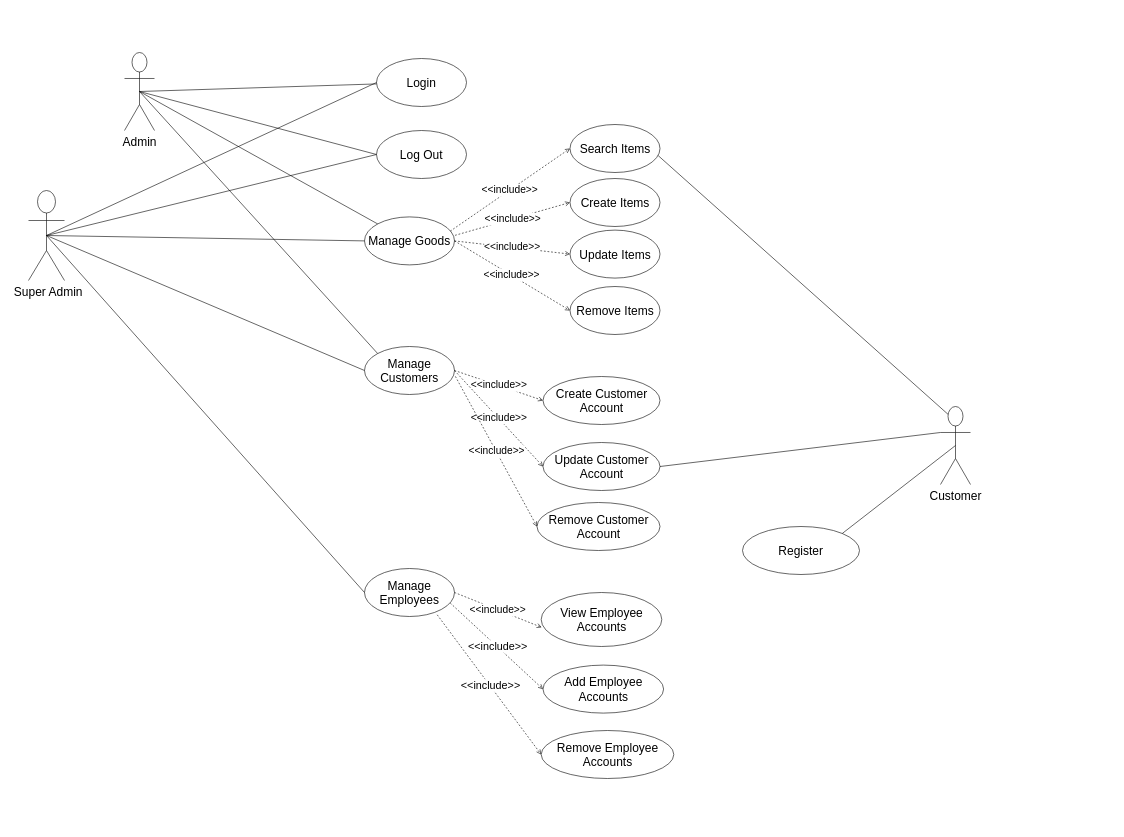
Dune-Global/green-supermarket-docs keeps this draw.io diagram as page "Page-1" (1 of 3) of use-case-diagram.drawio. Above is the earlier version. Source tidied: cells renumbered, new cells numbered last; positions are measured from the earlier drawing's top-left corner, leaving out a move shared by most shapes. Both pictures are drawn from the tidied source at 60%, with x=0, y=0 at pixel (28, 52).
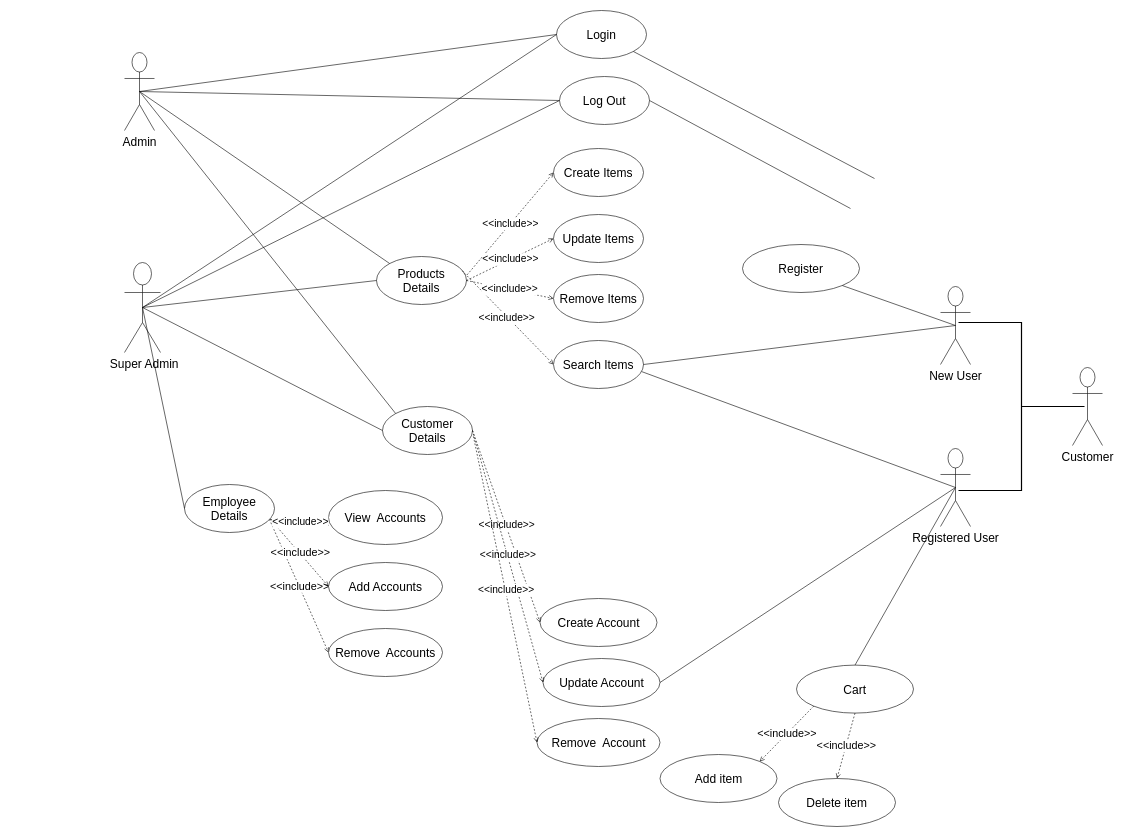
The same page after the edit.

The change refers to these unchanged cells:
```xml
<mxCell id="11" value="Admin" style="shape=umlActor;verticalLabelPosition=bottom;verticalAlign=top;html=1;outlineConnect=0;fontColor=default;fontSize=20;" parent="1" vertex="1">
  <mxGeometry x="160" width="50" height="130" as="geometry" />
</mxCell>
```

Change to the diagram source:
```diff
@@
-    <mxCell id="2" value="&amp;lt;&amp;lt;include&amp;gt;&amp;gt;" style="endArrow=open;dashed=1;html=1;rounded=0;strokeColor=default;targetPerimeterSpacing=0;fontSize=18;entryX=0;entryY=0.5;entryDx=0;entryDy=0;exitX=0.808;exitY=0.965;exitDx=0;exitDy=0;exitPerimeter=0;" parent="1" edge="1" source="8" target="19">
+    <mxCell id="2" value="&amp;lt;&amp;lt;include&amp;gt;&amp;gt;" style="endArrow=open;dashed=1;html=1;rounded=0;strokeColor=default;targetPerimeterSpacing=0;fontSize=18;entryX=0;entryY=0.5;entryDx=0;entryDy=0;exitX=0.943;exitY=0.725;exitDx=0;exitDy=0;exitPerimeter=0;" parent="1" edge="1" source="8" target="19">
       <mxGeometry x="0.01" relative="1" as="geometry">
         <mxPoint x="1" as="offset" />
       </mxGeometry>
     </mxCell>
     <mxCell id="3" value="Login" style="ellipse;whiteSpace=wrap;html=1;fontSize=20;" parent="1" vertex="1">
-      <mxGeometry x="580" y="10" width="150" height="80" as="geometry" />
+      <mxGeometry x="880" y="-70" width="150" height="80" as="geometry" />
     </mxCell>
@@
     <mxCell id="5" value="Log Out" style="ellipse;whiteSpace=wrap;html=1;fontSize=20;" parent="1" vertex="1">
-      <mxGeometry x="580" y="130" width="150" height="80" as="geometry" />
+      <mxGeometry x="885" y="40" width="150" height="80" as="geometry" />
     </mxCell>
-    <mxCell id="6" value="Manage Goods" style="ellipse;whiteSpace=wrap;html=1;fontSize=20;" parent="1" vertex="1">
-      <mxGeometry x="560" y="274" width="150" height="80" as="geometry" />
+    <mxCell id="6" value="Products &lt;br&gt;Details" style="ellipse;whiteSpace=wrap;html=1;fontSize=20;" parent="1" vertex="1">
+      <mxGeometry x="580" y="340" width="150" height="80" as="geometry" />
     </mxCell>
-    <mxCell id="7" value="Manage Customers" style="ellipse;whiteSpace=wrap;html=1;fontSize=20;" parent="1" vertex="1">
-      <mxGeometry x="560" y="490" width="150" height="80" as="geometry" />
+    <mxCell id="7" value="Customer Details" style="ellipse;whiteSpace=wrap;html=1;fontSize=20;" parent="1" vertex="1">
+      <mxGeometry x="590" y="590" width="150" height="80" as="geometry" />
     </mxCell>
-    <mxCell id="8" value="Manage Employees" style="ellipse;whiteSpace=wrap;html=1;fontSize=20;" parent="1" vertex="1">
-      <mxGeometry x="560" y="860" width="150" height="80" as="geometry" />
+    <mxCell id="8" value="Employee Details" style="ellipse;whiteSpace=wrap;html=1;fontSize=20;" parent="1" vertex="1">
+      <mxGeometry x="260" y="720" width="150" height="80" as="geometry" />
     </mxCell>
-    <mxCell id="9" style="rounded=0;jettySize=auto;html=1;exitX=0.5;exitY=0.5;exitDx=0;exitDy=0;exitPerimeter=0;endArrow=none;endFill=0;" parent="1" edge="1" source="11" target="3">
+    <mxCell id="9" style="rounded=0;jettySize=auto;html=1;exitX=0.5;exitY=0.5;exitDx=0;exitDy=0;exitPerimeter=0;endArrow=none;endFill=0;entryX=0;entryY=0.5;entryDx=0;entryDy=0;" parent="1" edge="1" source="11" target="3">
       <mxGeometry relative="1" as="geometry" />
     </mxCell>
@@
-    <mxCell id="16" style="endArrow=none;html=1;rounded=0;entryX=0;entryY=0.5;entryDx=0;entryDy=0;exitX=0.5;exitY=0.5;exitDx=0;exitDy=0;exitPerimeter=0;" parent="1" edge="1" source="41" target="3">
+    <mxCell id="16" style="endArrow=none;html=1;rounded=0;exitX=0.5;exitY=0.5;exitDx=0;exitDy=0;exitPerimeter=0;entryX=0;entryY=0.5;entryDx=0;entryDy=0;" parent="1" edge="1" source="41" target="3">
       <mxGeometry relative="1" as="geometry" />
     </mxCell>
-    <mxCell id="17" value="View Employee Accounts" style="ellipse;whiteSpace=wrap;html=1;fontSize=20;" parent="1" vertex="1">
-      <mxGeometry x="854.5" y="900" width="201" height="90" as="geometry" />
+    <mxCell id="17" value="View&amp;nbsp; Accounts" style="ellipse;whiteSpace=wrap;html=1;fontSize=20;" parent="1" vertex="1">
+      <mxGeometry x="500" y="730" width="190" height="90" as="geometry" />
     </mxCell>
-    <mxCell id="18" value="Add Employee Accounts" style="ellipse;whiteSpace=wrap;html=1;fontSize=20;" parent="1" vertex="1">
-      <mxGeometry x="857.5" y="1021" width="201" height="80" as="geometry" />
+    <mxCell id="18" value="Add Accounts" style="ellipse;whiteSpace=wrap;html=1;fontSize=20;" parent="1" vertex="1">
+      <mxGeometry x="500" y="850" width="190" height="80" as="geometry" />
     </mxCell>
-    <mxCell id="19" value="Remove Employee Accounts" style="ellipse;whiteSpace=wrap;html=1;fontSize=20;" parent="1" vertex="1">
-      <mxGeometry x="854.5" y="1130" width="221" height="80" as="geometry" />
+    <mxCell id="19" value="Remove&amp;nbsp; Accounts" style="ellipse;whiteSpace=wrap;html=1;fontSize=20;" parent="1" vertex="1">
+      <mxGeometry x="500" y="960" width="190" height="80" as="geometry" />
     </mxCell>
@@
-    <mxCell id="21" value="&amp;lt;&amp;lt;include&amp;gt;&amp;gt;" style="endArrow=open;dashed=1;html=1;rounded=0;strokeColor=default;targetPerimeterSpacing=0;entryX=0.004;entryY=0.646;entryDx=0;entryDy=0;entryPerimeter=0;fontSize=17;exitX=1;exitY=0.5;exitDx=0;exitDy=0;" parent="1" edge="1" source="8" target="17">
+    <mxCell id="21" value="&amp;lt;&amp;lt;include&amp;gt;&amp;gt;" style="endArrow=open;dashed=1;html=1;rounded=0;strokeColor=default;targetPerimeterSpacing=0;entryX=0.004;entryY=0.646;entryDx=0;entryDy=0;entryPerimeter=0;fontSize=17;exitX=0.953;exitY=0.725;exitDx=0;exitDy=0;exitPerimeter=0;" parent="1" edge="1" source="8" target="17">
       <mxGeometry x="-0.01" relative="1" as="geometry">
         <mxPoint x="1" as="offset" />
       </mxGeometry>
     </mxCell>
     <mxCell id="22" value="Create Items" style="ellipse;whiteSpace=wrap;html=1;fontSize=20;" parent="1" vertex="1">
-      <mxGeometry x="902.5" y="210" width="150" height="80" as="geometry" />
+      <mxGeometry x="875" y="160" width="150" height="80" as="geometry" />
     </mxCell>
     <mxCell id="23" value="Update Items" style="ellipse;whiteSpace=wrap;html=1;fontSize=20;" parent="1" vertex="1">
-      <mxGeometry x="902.5" y="296" width="150" height="80" as="geometry" />
+      <mxGeometry x="875" y="270" width="150" height="80" as="geometry" />
     </mxCell>
     <mxCell id="24" value="Remove Items" style="ellipse;whiteSpace=wrap;html=1;fontSize=20;" parent="1" vertex="1">
-      <mxGeometry x="902.5" y="390" width="150" height="80" as="geometry" />
+      <mxGeometry x="875" y="370" width="150" height="80" as="geometry" />
     </mxCell>
@@
-    <mxCell id="29" value="Create Customer Account" style="ellipse;whiteSpace=wrap;html=1;fontSize=20;" parent="1" vertex="1">
-      <mxGeometry x="857.5" y="540" width="195" height="80" as="geometry" />
+    <mxCell id="29" value="Create Account" style="ellipse;whiteSpace=wrap;html=1;fontSize=20;" parent="1" vertex="1">
+      <mxGeometry x="852.5" y="910" width="195" height="80" as="geometry" />
     </mxCell>
-    <mxCell id="30" value="Update Customer Account" style="ellipse;whiteSpace=wrap;html=1;fontSize=20;" parent="1" vertex="1">
-      <mxGeometry x="857.5" y="650" width="195" height="80" as="geometry" />
+    <mxCell id="30" value="Update Account" style="ellipse;whiteSpace=wrap;html=1;fontSize=20;" parent="1" vertex="1">
+      <mxGeometry x="857.5" y="1010" width="195" height="80" as="geometry" />
     </mxCell>
-    <mxCell id="31" value="Remove Customer Account" style="ellipse;whiteSpace=wrap;html=1;fontSize=20;" parent="1" vertex="1">
-      <mxGeometry x="847.5" y="750" width="205" height="80" as="geometry" />
+    <mxCell id="31" value="Remove&amp;nbsp; Account" style="ellipse;whiteSpace=wrap;html=1;fontSize=20;" parent="1" vertex="1">
+      <mxGeometry x="847.5" y="1110" width="205" height="80" as="geometry" />
     </mxCell>
@@
-    <mxCell id="35" value="Customer" style="shape=umlActor;verticalLabelPosition=bottom;verticalAlign=top;html=1;outlineConnect=0;fontColor=default;fontSize=20;" parent="1" vertex="1">
-      <mxGeometry x="1520" y="590" width="50" height="130" as="geometry" />
+    <mxCell id="35" value="New User&lt;br&gt;" style="shape=umlActor;verticalLabelPosition=bottom;verticalAlign=top;html=1;outlineConnect=0;fontColor=default;fontSize=20;" parent="1" vertex="1">
+      <mxGeometry x="1520" y="390" width="50" height="130" as="geometry" />
     </mxCell>
     <mxCell id="36" value="Search Items" style="ellipse;whiteSpace=wrap;html=1;fontSize=20;" parent="1" vertex="1">
-      <mxGeometry x="902.5" y="120" width="150" height="80" as="geometry" />
+      <mxGeometry x="875" y="480" width="150" height="80" as="geometry" />
     </mxCell>
-    <mxCell id="37" style="endArrow=none;html=1;rounded=0;entryX=0;entryY=0.3333333333333333;entryDx=0;entryDy=0;entryPerimeter=0;exitX=1;exitY=0.5;exitDx=0;exitDy=0;" parent="1" edge="1" source="30" target="35">
+    <mxCell id="37" style="endArrow=none;html=1;rounded=0;exitX=1;exitY=0.5;exitDx=0;exitDy=0;entryX=0.5;entryY=0.5;entryDx=0;entryDy=0;entryPerimeter=0;" parent="1" edge="1" source="30" target="50">
       <mxGeometry relative="1" as="geometry" />
     </mxCell>
-    <mxCell id="38" style="endArrow=none;html=1;rounded=0;entryX=0.25;entryY=0.1;entryDx=0;entryDy=0;entryPerimeter=0;exitX=0.98;exitY=0.648;exitDx=0;exitDy=0;exitPerimeter=0;" parent="1" edge="1" source="36" target="35">
+    <mxCell id="38" style="endArrow=none;html=1;rounded=0;exitX=0.98;exitY=0.648;exitDx=0;exitDy=0;exitPerimeter=0;entryX=0.5;entryY=0.5;entryDx=0;entryDy=0;entryPerimeter=0;" parent="1" edge="1" source="36" target="50">
       <mxGeometry relative="1" as="geometry" />
     </mxCell>
     <mxCell id="39" value="Register" style="ellipse;whiteSpace=wrap;html=1;fontSize=20;" parent="1" vertex="1">
-      <mxGeometry x="1190" y="790" width="195" height="80" as="geometry" />
+      <mxGeometry x="1190" y="320" width="195" height="80" as="geometry" />
     </mxCell>
-    <mxCell id="40" style="endArrow=none;html=1;rounded=0;entryX=0.5;entryY=0.5;entryDx=0;entryDy=0;entryPerimeter=0;exitX=1;exitY=0;exitDx=0;exitDy=0;" parent="1" edge="1" source="39" target="35">
+    <mxCell id="40" style="endArrow=none;html=1;rounded=0;exitX=1;exitY=1;exitDx=0;exitDy=0;entryX=0.5;entryY=0.5;entryDx=0;entryDy=0;entryPerimeter=0;" parent="1" edge="1" source="39" target="35">
       <mxGeometry relative="1" as="geometry" />
     </mxCell>
     <mxCell id="41" value="&amp;nbsp;Super Admin" style="shape=umlActor;verticalLabelPosition=bottom;verticalAlign=top;html=1;outlineConnect=0;fontColor=default;fontSize=20;" parent="1" vertex="1">
-      <mxGeometry y="230" width="60" height="150" as="geometry" />
+      <mxGeometry x="160" y="350" width="60" height="150" as="geometry" />
     </mxCell>
@@
+    <mxCell id="43" style="endArrow=none;html=1;rounded=0;exitX=1;exitY=1;exitDx=0;exitDy=0;" parent="1" edge="1" source="3">
+      <mxGeometry relative="1" as="geometry">
+        <mxPoint x="1410" y="210" as="targetPoint" />
+      </mxGeometry>
+    </mxCell>
+    <mxCell id="44" style="endArrow=none;html=1;rounded=0;exitX=1;exitY=0.5;exitDx=0;exitDy=0;" parent="1" edge="1" source="5">
+      <mxGeometry relative="1" as="geometry">
+        <mxPoint x="1370" y="260" as="targetPoint" />
+      </mxGeometry>
+    </mxCell>
+    <mxCell id="45" value="Cart" style="ellipse;whiteSpace=wrap;html=1;fontSize=20;" parent="1" vertex="1">
+      <mxGeometry x="1280" y="1021" width="195" height="80" as="geometry" />
+    </mxCell>
+    <mxCell id="46" value="Add item" style="ellipse;whiteSpace=wrap;html=1;fontSize=20;" parent="1" vertex="1">
+      <mxGeometry x="1052.5" y="1170" width="195" height="80" as="geometry" />
+    </mxCell>
+    <mxCell id="47" value="Delete item" style="ellipse;whiteSpace=wrap;html=1;fontSize=20;" parent="1" vertex="1">
+      <mxGeometry x="1250" y="1210" width="195" height="80" as="geometry" />
+    </mxCell>
+    <mxCell id="48" style="endArrow=none;html=1;rounded=0;exitX=0.5;exitY=0;exitDx=0;exitDy=0;entryX=0.5;entryY=0.5;entryDx=0;entryDy=0;entryPerimeter=0;" parent="1" edge="1" source="45" target="50">
+      <mxGeometry relative="1" as="geometry" />
+    </mxCell>
+    <mxCell id="49" value="Customer" style="shape=umlActor;verticalLabelPosition=bottom;verticalAlign=top;html=1;fontColor=default;fontSize=20;" parent="1" vertex="1">
+      <mxGeometry x="1740" y="525" width="50" height="130" as="geometry" />
+    </mxCell>
+    <mxCell id="50" value="Registered User" style="shape=umlActor;verticalLabelPosition=bottom;verticalAlign=top;html=1;outlineConnect=0;fontColor=default;fontSize=20;" parent="1" vertex="1">
+      <mxGeometry x="1520" y="660" width="50" height="130" as="geometry" />
+    </mxCell>
+    <mxCell id="51" style="strokeWidth=2;html=1;shape=mxgraph.flowchart.annotation_2;align=left;labelPosition=right;rotation=-180;" parent="1" vertex="1">
+      <mxGeometry x="1550" y="450" width="210" height="280" as="geometry" />
+    </mxCell>
+    <mxCell id="52" style="endArrow=none;html=1;rounded=0;exitX=1;exitY=0.5;exitDx=0;exitDy=0;entryX=0.5;entryY=0.5;entryDx=0;entryDy=0;entryPerimeter=0;" parent="1" edge="1" source="36" target="35">
+      <mxGeometry relative="1" as="geometry" />
+    </mxCell>
+    <mxCell id="53" value="&amp;lt;&amp;lt;include&amp;gt;&amp;gt;" style="endArrow=open;dashed=1;html=1;rounded=0;strokeColor=default;targetPerimeterSpacing=0;fontSize=18;entryX=1;entryY=0;entryDx=0;entryDy=0;exitX=0;exitY=1;exitDx=0;exitDy=0;" parent="1" edge="1" source="45" target="46">
+      <mxGeometry x="0.01" relative="1" as="geometry">
+        <mxPoint x="1" as="offset" />
+      </mxGeometry>
+    </mxCell>
+    <mxCell id="54" value="&amp;lt;&amp;lt;include&amp;gt;&amp;gt;" style="endArrow=open;dashed=1;html=1;rounded=0;strokeColor=default;targetPerimeterSpacing=0;fontSize=18;entryX=0.5;entryY=0;entryDx=0;entryDy=0;exitX=0.5;exitY=1;exitDx=0;exitDy=0;" parent="1" edge="1" source="45" target="47">
+      <mxGeometry x="0.01" relative="1" as="geometry">
+        <mxPoint x="1" as="offset" />
+      </mxGeometry>
+    </mxCell>
```
